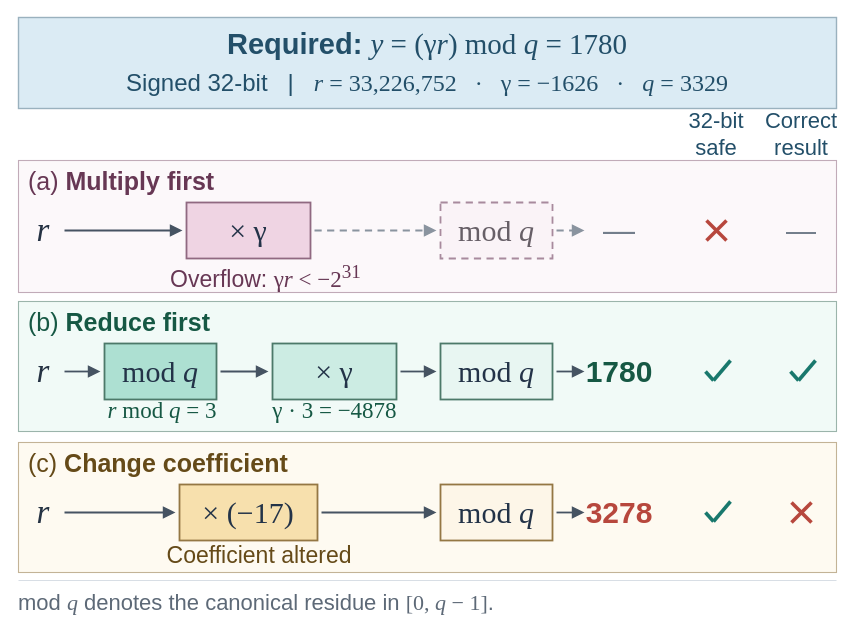
Before: all/DAC2026/Secforge_fig1.drawio in ZKY6662017/iodraw-files, a draw.io diagram. Source tidied: cells renumbered, new cells numbered last; positions are measured from the earlier drawing's top-left corner, leaving out a move shared by most shapes. Both pictures are drawn from the tidied source at 100%, with x=0, y=0 at pixel (18, 17).
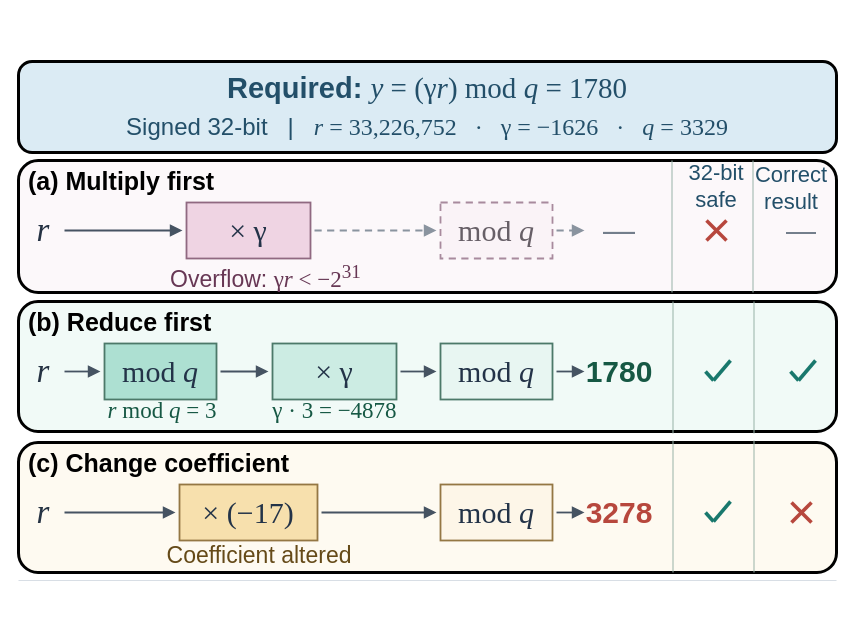
The same page after the edit.

The edit, as a diff of the source:
```diff
@@
-    <mxCell id="2" style="whiteSpace=wrap;html=1;rounded=0;shadow=0;glass=0;fontFamily=Arial;fontSize=25;fontColor=#253243;align=center;verticalAlign=middle;spacing=0;strokeWidth=1.1;fillColor=#FCF8FA;strokeColor=#C1ABB8;" parent="1" vertex="1">
+    <mxCell id="2" style="whiteSpace=wrap;html=1;rounded=1;shadow=0;glass=0;fontFamily=Arial;fontSize=25;fontColor=#253243;align=center;verticalAlign=middle;spacing=0;strokeWidth=3;fillColor=#FCF8FA;strokeColor=#000000;roundedPerimeter=1;" parent="1" vertex="1">
       <mxGeometry y="143" width="818" height="132" as="geometry" />
     </mxCell>
-    <mxCell id="3" style="whiteSpace=wrap;html=1;rounded=0;shadow=0;glass=0;fontFamily=Arial;fontSize=25;fontColor=#253243;align=center;verticalAlign=middle;spacing=0;strokeWidth=1.1;fillColor=#FEFAF1;strokeColor=#C3B396;" parent="1" vertex="1">
+    <mxCell id="3" style="whiteSpace=wrap;html=1;rounded=1;shadow=0;glass=0;fontFamily=Arial;fontSize=25;fontColor=#253243;align=center;verticalAlign=middle;spacing=0;strokeWidth=3;fillColor=#FEFAF1;strokeColor=#000000;roundedPerimeter=1;" parent="1" vertex="1">
       <mxGeometry y="425" width="818" height="130" as="geometry" />
     </mxCell>
-    <mxCell id="4" style="whiteSpace=wrap;html=1;rounded=0;shadow=0;glass=0;fontFamily=Arial;fontSize=25;fontColor=#253243;align=center;verticalAlign=middle;spacing=0;strokeWidth=1.4;fillColor=#DBEBF4;strokeColor=#9AB1BE;" parent="1" vertex="1">
-      <mxGeometry width="818" height="91" as="geometry" />
+    <mxCell id="4" style="whiteSpace=wrap;html=1;rounded=1;shadow=0;glass=0;fontFamily=Arial;fontSize=25;fontColor=#253243;align=center;verticalAlign=middle;spacing=0;strokeWidth=3;fillColor=#DBEBF4;strokeColor=#000000;roundedPerimeter=1;" parent="1" vertex="1">
+      <mxGeometry y="44" width="818" height="91" as="geometry" />
     </mxCell>
     <mxCell id="5" value="&lt;b&gt;Required:&lt;/b&gt; &lt;font face=&quot;Times New Roman&quot;&gt;&lt;i&gt;y&lt;/i&gt; = (γ&lt;i&gt;r&lt;/i&gt;) mod &lt;i&gt;q&lt;/i&gt; = 1780&lt;/font&gt;" style="whiteSpace=wrap;html=1;rounded=0;shadow=0;glass=0;strokeColor=none;fillColor=none;fontFamily=Arial;fontSize=25;align=center;verticalAlign=middle;spacing=0;fontSize=29;fontColor=#234F69;" parent="1" vertex="1">
-      <mxGeometry x="14" y="9" width="790" height="36" as="geometry" />
+      <mxGeometry x="14" y="53" width="790" height="36" as="geometry" />
     </mxCell>
     <mxCell id="6" value="Signed 32-bit &amp;nbsp; | &amp;nbsp; &lt;font face=&quot;Times New Roman&quot;&gt;&lt;i&gt;r&lt;/i&gt; = 33,226,752 &amp;nbsp; · &amp;nbsp; γ = −1626 &amp;nbsp; · &amp;nbsp; &lt;i&gt;q&lt;/i&gt; = 3329&lt;/font&gt;" style="whiteSpace=wrap;html=1;rounded=0;shadow=0;glass=0;strokeColor=none;fillColor=none;fontFamily=Arial;fontSize=25;align=center;verticalAlign=middle;spacing=0;fontSize=24;fontColor=#234F69;" parent="1" vertex="1">
-      <mxGeometry x="14" y="51" width="790" height="29" as="geometry" />
+      <mxGeometry x="14" y="95" width="790" height="29" as="geometry" />
     </mxCell>
     <mxCell id="7" value="32-bit&lt;br&gt;safe" style="whiteSpace=wrap;html=1;rounded=0;shadow=0;glass=0;strokeColor=none;fillColor=none;fontFamily=Arial;fontSize=25;align=center;verticalAlign=middle;spacing=0;fontSize=22;fontColor=#234F69;" parent="1" vertex="1">
-      <mxGeometry x="653" y="94" width="90" height="45" as="geometry" />
+      <mxGeometry x="653" y="146" width="90" height="45" as="geometry" />
     </mxCell>
     <mxCell id="8" value="Correct&lt;br&gt;result" style="whiteSpace=wrap;html=1;rounded=0;shadow=0;glass=0;strokeColor=none;fillColor=none;fontFamily=Arial;fontSize=25;align=center;verticalAlign=middle;spacing=0;fontSize=22;fontColor=#234F69;" parent="1" vertex="1">
-      <mxGeometry x="738" y="94" width="90" height="45" as="geometry" />
+      <mxGeometry x="728" y="148" width="90" height="45" as="geometry" />
     </mxCell>
-    <mxCell id="9" style="whiteSpace=wrap;html=1;rounded=0;shadow=0;glass=0;fontFamily=Arial;fontSize=25;fontColor=#253243;align=center;verticalAlign=middle;spacing=0;strokeWidth=1.1;fillColor=#F1FAF7;strokeColor=#9BB4AB;" parent="1" vertex="1">
+    <mxCell id="9" style="whiteSpace=wrap;html=1;rounded=1;shadow=0;glass=0;fontFamily=Arial;fontSize=25;fontColor=#253243;align=center;verticalAlign=middle;spacing=0;strokeWidth=3;fillColor=#F1FAF7;strokeColor=#000000;roundedPerimeter=1;" parent="1" vertex="1">
       <mxGeometry y="284" width="818" height="130" as="geometry" />
     </mxCell>
-    <mxCell id="10" value="(a) &lt;b&gt;Multiply first&lt;/b&gt;" style="whiteSpace=wrap;html=1;rounded=0;shadow=0;glass=0;strokeColor=none;fillColor=none;fontFamily=Arial;fontSize=25;align=center;verticalAlign=middle;spacing=0;align=left;fontSize=25;fontColor=#673754;" parent="1" vertex="1">
+    <mxCell id="10" value="&lt;b&gt;(a)&lt;/b&gt; &lt;b&gt;Multiply first&lt;/b&gt;" style="whiteSpace=wrap;html=1;rounded=0;shadow=0;glass=0;strokeColor=none;fillColor=none;fontFamily=Arial;fontSize=25;align=center;verticalAlign=middle;spacing=0;align=left;fontSize=25;fontColor=#000000;" parent="1" vertex="1">
       <mxGeometry x="10" y="148" width="560" height="30" as="geometry" />
     </mxCell>
-    <mxCell id="11" value="(b) &lt;b&gt;Reduce first&lt;/b&gt;" style="whiteSpace=wrap;html=1;rounded=0;shadow=0;glass=0;strokeColor=none;fillColor=none;fontFamily=Arial;fontSize=25;align=center;verticalAlign=middle;spacing=0;align=left;fontSize=25;fontColor=#165844;" parent="1" vertex="1">
+    <mxCell id="11" value="&lt;b&gt;(b) Reduce first&lt;/b&gt;" style="whiteSpace=wrap;html=1;rounded=0;shadow=0;glass=0;strokeColor=none;fillColor=none;fontFamily=Arial;fontSize=25;align=center;verticalAlign=middle;spacing=0;align=left;fontSize=25;fontColor=#000000;" parent="1" vertex="1">
       <mxGeometry x="10" y="289" width="560" height="30" as="geometry" />
     </mxCell>
-    <mxCell id="12" value="(c) &lt;b&gt;Change coefficient&lt;/b&gt;" style="whiteSpace=wrap;html=1;rounded=0;shadow=0;glass=0;strokeColor=none;fillColor=none;fontFamily=Arial;fontSize=25;align=center;verticalAlign=middle;spacing=0;align=left;fontSize=25;fontColor=#654A18;" parent="1" vertex="1">
+    <mxCell id="12" value="&lt;b&gt;(c)&lt;/b&gt; &lt;b&gt;Change coefficient&lt;/b&gt;" style="whiteSpace=wrap;html=1;rounded=0;shadow=0;glass=0;strokeColor=none;fillColor=none;fontFamily=Arial;fontSize=25;align=center;verticalAlign=middle;spacing=0;align=left;fontSize=25;fontColor=#000000;" parent="1" vertex="1">
       <mxGeometry x="10" y="430" width="580" height="30" as="geometry" />
     </mxCell>
@@
-    <mxCell id="52" value="mod &lt;font face=&quot;Times New Roman&quot;&gt;&lt;i&gt;q&lt;/i&gt;&lt;/font&gt; denotes the canonical residue in &lt;font face=&quot;Times New Roman&quot;&gt;[0, &lt;i&gt;q&lt;/i&gt; − 1]&lt;/font&gt;." style="whiteSpace=wrap;html=1;rounded=0;shadow=0;glass=0;strokeColor=none;fillColor=none;fontFamily=Arial;fontSize=25;fontColor=#253243;align=center;verticalAlign=middle;spacing=0;fontSize=22;align=left;fontColor=#5D6977;" parent="1" vertex="1">
-      <mxGeometry y="572" width="818" height="28" as="geometry" />
-    </mxCell>
+    <mxCell id="53" style="rounded=0;html=1;whiteSpace=wrap;shadow=0;fontFamily=Arial;fontSize=22;fontColor=#233348;align=center;verticalAlign=middle;spacing=0;strokeColor=#718395;strokeWidth=1.6;strokeColor=none;fillColor=#97B1A8;" parent="1" vertex="1">
+      <mxGeometry x="653" y="143" width="1" height="132" as="geometry" />
+    </mxCell>
+    <mxCell id="54" style="rounded=0;html=1;whiteSpace=wrap;shadow=0;fontFamily=Arial;fontSize=22;fontColor=#233348;align=center;verticalAlign=middle;spacing=0;strokeColor=#718395;strokeWidth=1.6;strokeColor=none;fillColor=#97B1A8;" parent="1" vertex="1">
+      <mxGeometry x="734" y="143" width="1" height="132" as="geometry" />
+    </mxCell>
+    <mxCell id="55" style="rounded=0;html=1;whiteSpace=wrap;shadow=0;fontFamily=Arial;fontSize=22;fontColor=#233348;align=center;verticalAlign=middle;spacing=0;strokeColor=#718395;strokeWidth=1.6;strokeColor=none;fillColor=#97B1A8;" parent="1" vertex="1">
+      <mxGeometry x="654" y="284" width="1" height="132" as="geometry" />
+    </mxCell>
+    <mxCell id="56" style="rounded=0;html=1;whiteSpace=wrap;shadow=0;fontFamily=Arial;fontSize=22;fontColor=#233348;align=center;verticalAlign=middle;spacing=0;strokeColor=#718395;strokeWidth=1.6;strokeColor=none;fillColor=#97B1A8;" parent="1" vertex="1">
+      <mxGeometry x="735" y="284" width="1" height="132" as="geometry" />
+    </mxCell>
+    <mxCell id="57" style="rounded=0;html=1;whiteSpace=wrap;shadow=0;fontFamily=Arial;fontSize=22;fontColor=#233348;align=center;verticalAlign=middle;spacing=0;strokeColor=#718395;strokeWidth=1.6;strokeColor=none;fillColor=#97B1A8;" parent="1" vertex="1">
+      <mxGeometry x="654" y="423" width="1" height="132" as="geometry" />
+    </mxCell>
+    <mxCell id="58" style="rounded=0;html=1;whiteSpace=wrap;shadow=0;fontFamily=Arial;fontSize=22;fontColor=#233348;align=center;verticalAlign=middle;spacing=0;strokeColor=#718395;strokeWidth=1.6;strokeColor=none;fillColor=#97B1A8;" parent="1" vertex="1">
+      <mxGeometry x="735" y="423" width="1" height="132" as="geometry" />
+    </mxCell>
```
